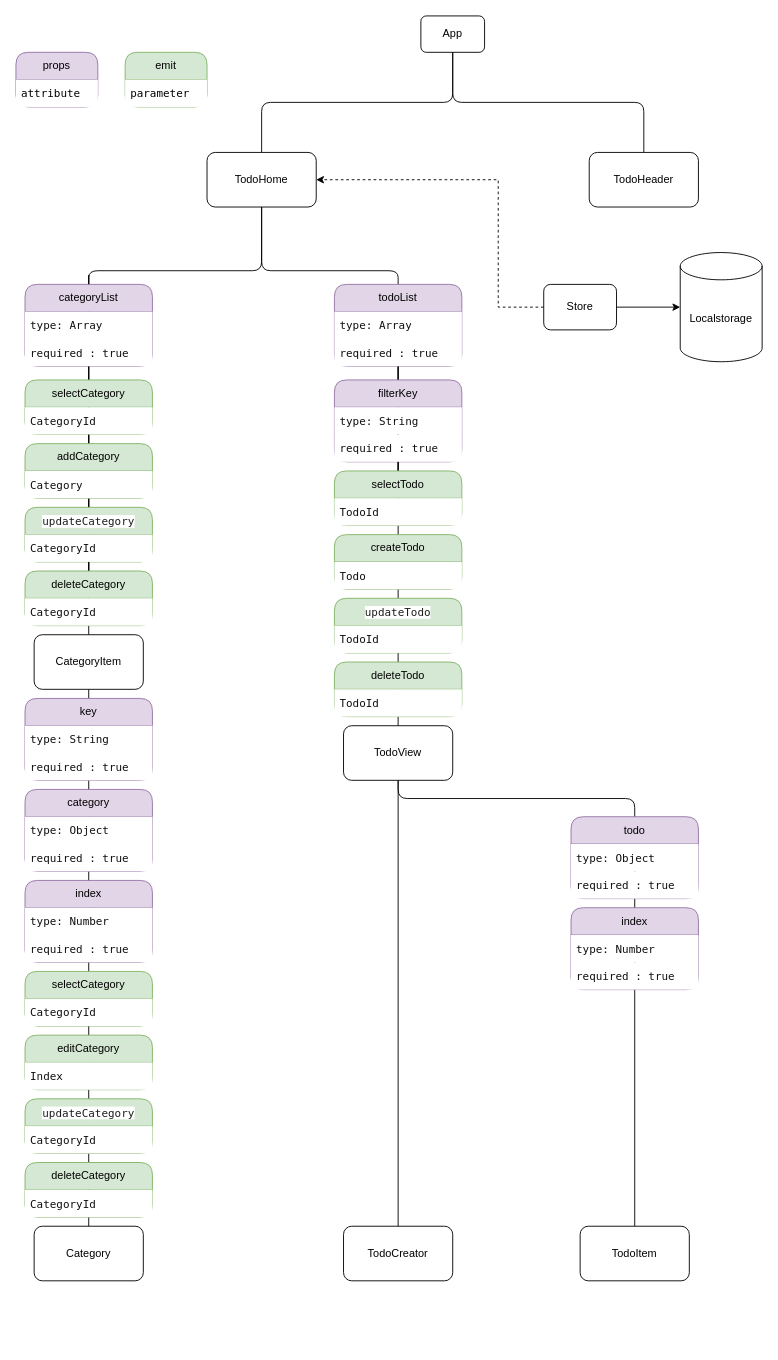
Earlier version of the draw.io diagram todoByJeongBin.drawio (jbkim4040/todoByVue). Source tidied: cells renumbered, new cells numbered last; positions are measured from the earlier drawing's top-left corner, leaving out a move shared by most shapes. Both pictures are drawn from the tidied source at 91%, with x=0, y=0 at pixel (15, 15).
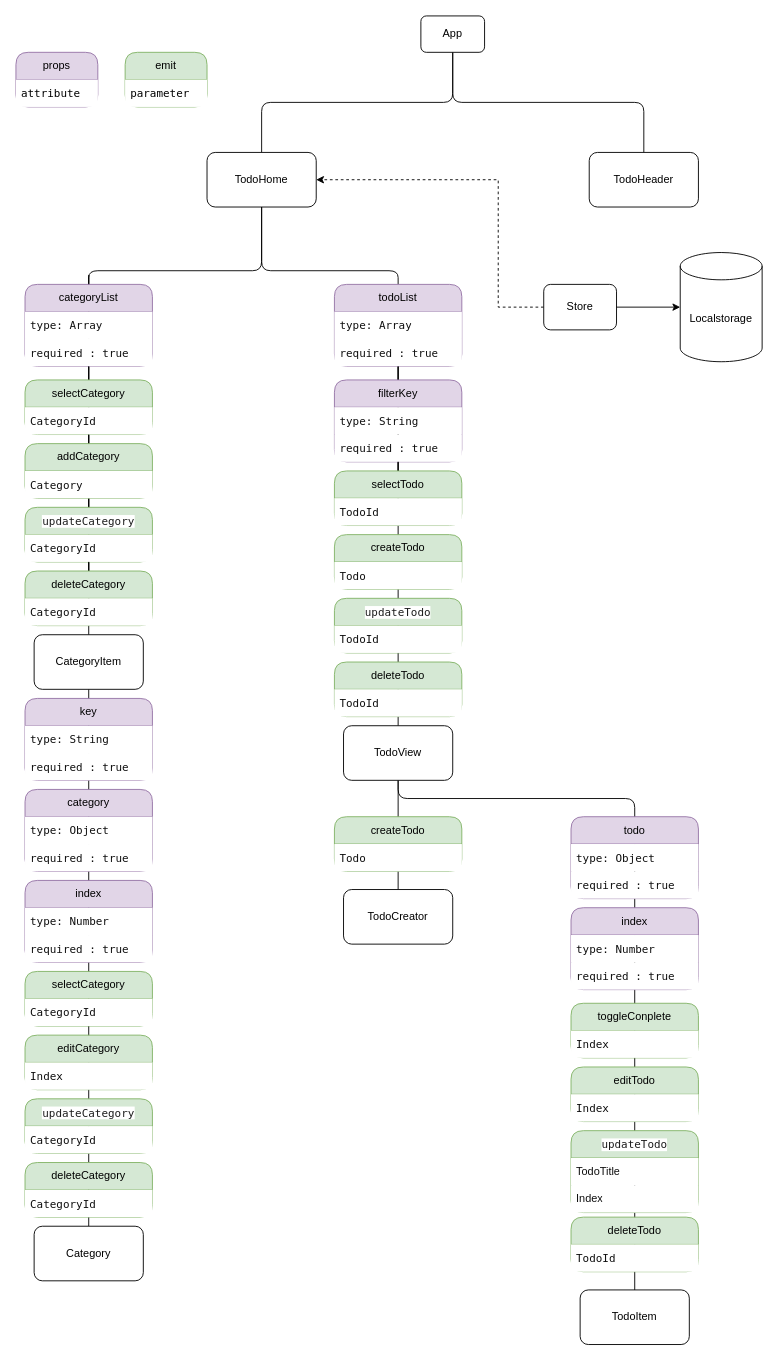
The same page after the edit.

The edit, as a diff of the source:
```diff
@@
     <mxCell id="15" value="TodoCreator" style="rounded=1;whiteSpace=wrap;html=1;" parent="1" vertex="1">
-      <mxGeometry x="360" y="1330" width="120" height="60" as="geometry" />
+      <mxGeometry x="360" y="960" width="120" height="60" as="geometry" />
     </mxCell>
     <mxCell id="16" value="TodoItem" style="rounded=1;whiteSpace=wrap;html=1;" parent="1" vertex="1">
-      <mxGeometry x="620" y="1330" width="120" height="60" as="geometry" />
+      <mxGeometry x="620" y="1400" width="120" height="60" as="geometry" />
     </mxCell>
@@
+    <mxCell id="80" value="toggleConplete" style="swimlane;fontStyle=0;horizontal=1;startSize=30;whiteSpace=wrap;html=1;rounded=1;fillColor=#d5e8d4;strokeColor=#82b366;" parent="1" vertex="1">
+      <mxGeometry x="610" y="1085" width="140" height="60" as="geometry" />
+    </mxCell>
+    <mxCell id="81" value="&lt;div style=&quot;font-family: Menlo, Monaco, &amp;quot;Courier New&amp;quot;, monospace; line-height: 18px;&quot;&gt;&lt;font style=&quot;&quot; color=&quot;#0f0f0f&quot;&gt;Index&lt;/font&gt;&lt;/div&gt;" style="text;align=left;verticalAlign=middle;spacingLeft=4;spacingRight=4;overflow=hidden;whiteSpace=wrap;html=1;fillColor=default;" parent="80" vertex="1">
+      <mxGeometry y="30" width="140" height="30" as="geometry" />
+    </mxCell>
+    <mxCell id="82" value="&lt;div style=&quot;font-family: Menlo, Monaco, &amp;quot;Courier New&amp;quot;, monospace; line-height: 18px;&quot;&gt;&lt;font style=&quot;background-color: rgb(255, 255, 255);&quot; color=&quot;#1c1c1c&quot;&gt;updateTodo&lt;/font&gt;&lt;/div&gt;" style="swimlane;fontStyle=0;horizontal=1;startSize=30;whiteSpace=wrap;html=1;rounded=1;fillColor=#d5e8d4;strokeColor=#82b366;" parent="1" vertex="1">
+      <mxGeometry x="610" y="1225" width="140" height="90" as="geometry" />
+    </mxCell>
+    <mxCell id="83" value="&lt;font color=&quot;#0f0f0f&quot;&gt;TodoTitle&lt;/font&gt;" style="text;align=left;verticalAlign=middle;spacingLeft=4;spacingRight=4;overflow=hidden;whiteSpace=wrap;html=1;fillColor=default;" parent="82" vertex="1">
+      <mxGeometry y="30" width="140" height="30" as="geometry" />
+    </mxCell>
+    <mxCell id="84" value="&lt;font color=&quot;#0f0f0f&quot;&gt;Index&lt;/font&gt;" style="text;align=left;verticalAlign=middle;spacingLeft=4;spacingRight=4;overflow=hidden;whiteSpace=wrap;html=1;fillColor=default;" parent="82" vertex="1">
+      <mxGeometry y="60" width="140" height="30" as="geometry" />
+    </mxCell>
+    <mxCell id="85" value="deleteTodo" style="swimlane;fontStyle=0;horizontal=1;startSize=30;whiteSpace=wrap;html=1;rounded=1;fillColor=#d5e8d4;strokeColor=#82b366;" parent="1" vertex="1">
+      <mxGeometry x="610" y="1320" width="140" height="60" as="geometry" />
+    </mxCell>
+    <mxCell id="86" value="&lt;div style=&quot;font-family: Menlo, Monaco, &amp;quot;Courier New&amp;quot;, monospace; line-height: 18px;&quot;&gt;&lt;font style=&quot;&quot; color=&quot;#0f0f0f&quot;&gt;TodoId&lt;/font&gt;&lt;/div&gt;" style="text;align=left;verticalAlign=middle;spacingLeft=4;spacingRight=4;overflow=hidden;whiteSpace=wrap;html=1;fillColor=default;" parent="85" vertex="1">
+      <mxGeometry y="30" width="140" height="30" as="geometry" />
+    </mxCell>
+    <mxCell id="87" value="editTodo" style="swimlane;fontStyle=0;horizontal=1;startSize=30;whiteSpace=wrap;html=1;rounded=1;fillColor=#d5e8d4;strokeColor=#82b366;" parent="1" vertex="1">
+      <mxGeometry x="610" y="1155" width="140" height="60" as="geometry" />
+    </mxCell>
+    <mxCell id="88" value="&lt;div style=&quot;font-family: Menlo, Monaco, &amp;quot;Courier New&amp;quot;, monospace; line-height: 18px;&quot;&gt;&lt;font style=&quot;&quot; color=&quot;#0f0f0f&quot;&gt;Index&lt;/font&gt;&lt;/div&gt;" style="text;align=left;verticalAlign=middle;spacingLeft=4;spacingRight=4;overflow=hidden;whiteSpace=wrap;html=1;fillColor=default;" parent="87" vertex="1">
+      <mxGeometry y="30" width="140" height="30" as="geometry" />
+    </mxCell>
+    <mxCell id="89" value="createTodo" style="swimlane;fontStyle=0;horizontal=1;startSize=30;whiteSpace=wrap;html=1;rounded=1;fillColor=#d5e8d4;strokeColor=#82b366;" parent="1" vertex="1">
+      <mxGeometry x="350" y="880" width="140" height="60" as="geometry" />
+    </mxCell>
+    <mxCell id="90" value="&lt;div style=&quot;font-family: Menlo, Monaco, &amp;quot;Courier New&amp;quot;, monospace; line-height: 18px;&quot;&gt;&lt;font style=&quot;&quot; color=&quot;#0f0f0f&quot;&gt;Todo&lt;/font&gt;&lt;/div&gt;" style="text;align=left;verticalAlign=middle;spacingLeft=4;spacingRight=4;overflow=hidden;whiteSpace=wrap;html=1;fillColor=default;" parent="89" vertex="1">
+      <mxGeometry y="30" width="140" height="30" as="geometry" />
+    </mxCell>
```
